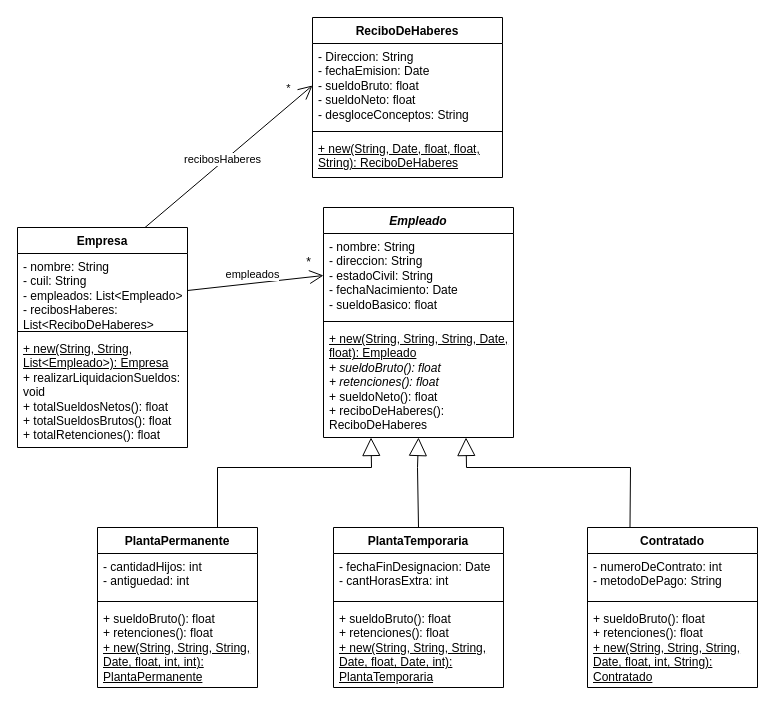
Above: tp2-UML/uml-ejercicio-2.drawio in franngo/programacionConObjetosII2025S2 (draw.io), before the change. Source tidied: cells renumbered, new cells numbered last; positions are measured from the earlier drawing's top-left corner, leaving out a move shared by most shapes. Both pictures are drawn from the tidied source at 100%, with x=0, y=0 at pixel (17, 17).
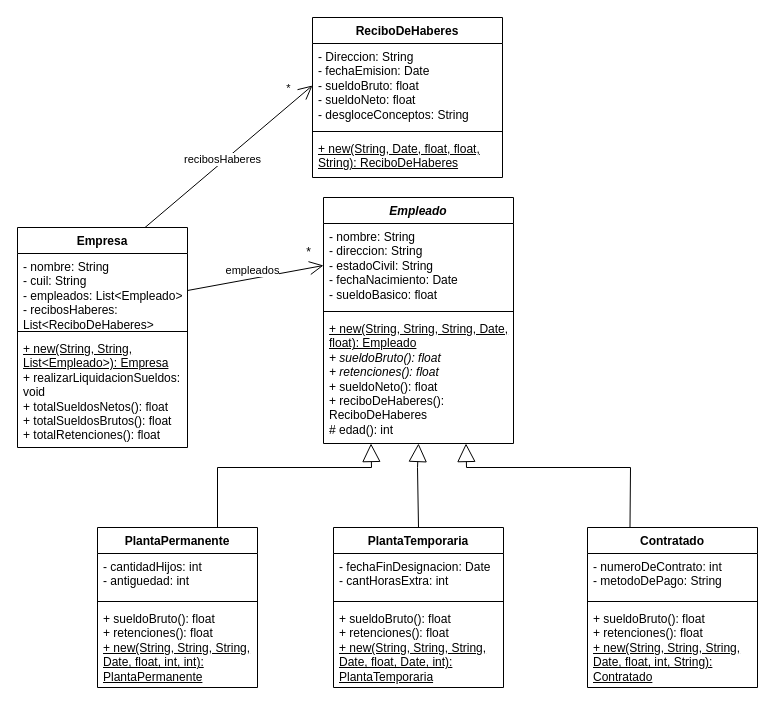
The same diagram, later.

The edit, as a diff of the source:
```diff
@@
     <mxCell id="6" value="&lt;div&gt;&lt;i&gt;Empleado&lt;/i&gt;&lt;/div&gt;" style="swimlane;fontStyle=1;align=center;verticalAlign=top;horizontal=1;startSize=26;whiteSpace=wrap;html=1;" parent="1" vertex="1">
-      <mxGeometry x="306" y="190" width="190" height="230" as="geometry" />
+      <mxGeometry x="306" y="180" width="190" height="246" as="geometry" />
     </mxCell>
@@
-    <mxCell id="9" value="&lt;u&gt;+ new(String, String, String, Date, float): Empleado&lt;/u&gt;&lt;br&gt;&lt;i&gt;+ sueldoBruto(): float&lt;br&gt;+ retenciones(): float&lt;/i&gt;&lt;br&gt;+ sueldoNeto(): float&lt;br&gt;+ reciboDeHaberes(): ReciboDeHaberes" style="text;strokeColor=none;fillColor=none;align=left;verticalAlign=top;spacingLeft=4;spacingRight=4;overflow=hidden;whiteSpace=wrap;html=1;" parent="6" vertex="1">
-      <mxGeometry y="118" width="190" height="112" as="geometry" />
+    <mxCell id="9" value="&lt;u&gt;+ new(String, String, String, Date, float): Empleado&lt;/u&gt;&lt;br&gt;&lt;i&gt;+ sueldoBruto(): float&lt;br&gt;+ retenciones(): float&lt;/i&gt;&lt;br&gt;+ sueldoNeto(): float&lt;br&gt;+ reciboDeHaberes(): ReciboDeHaberes&lt;br&gt;# edad(): int" style="text;strokeColor=none;fillColor=none;align=left;verticalAlign=top;spacingLeft=4;spacingRight=4;overflow=hidden;whiteSpace=wrap;html=1;" parent="6" vertex="1">
+      <mxGeometry y="118" width="190" height="128" as="geometry" />
     </mxCell>
@@
     <mxCell id="29" value="*" style="text;html=1;align=center;verticalAlign=middle;strokeColor=none;fillColor=none;" parent="1" vertex="1">
-      <mxGeometry x="276" y="230" width="30" height="30" as="geometry" />
+      <mxGeometry x="276" y="220" width="30" height="30" as="geometry" />
     </mxCell>
```
